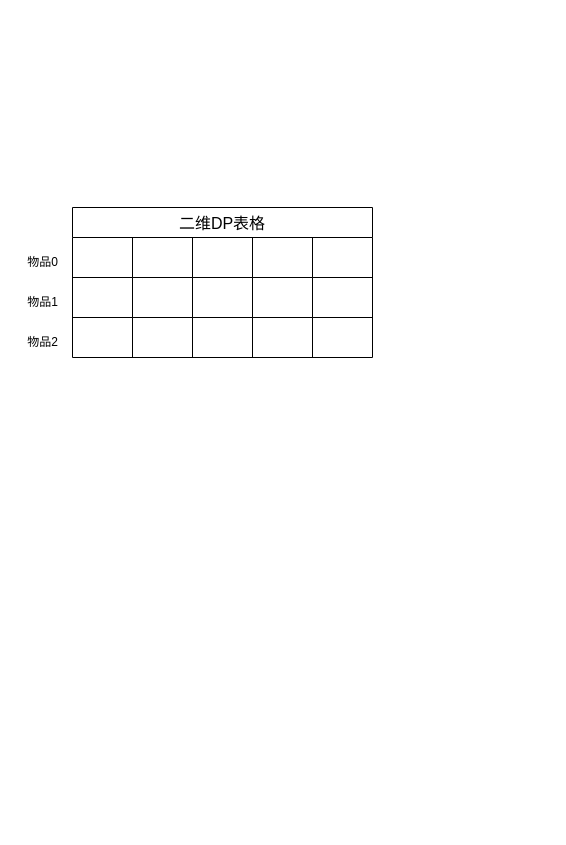
Above: 01背包.drawio in poetlife/diagrams (draw.io), before the change. Source tidied: cells renumbered, new cells numbered last; positions are measured from the earlier drawing's top-left corner, leaving out a move shared by most shapes. Both pictures are drawn from the tidied source at 100%, with x=0, y=0 at pixel (17, 207). Pictures stored in the file or linked from it are replaced by grey dashed boxes.
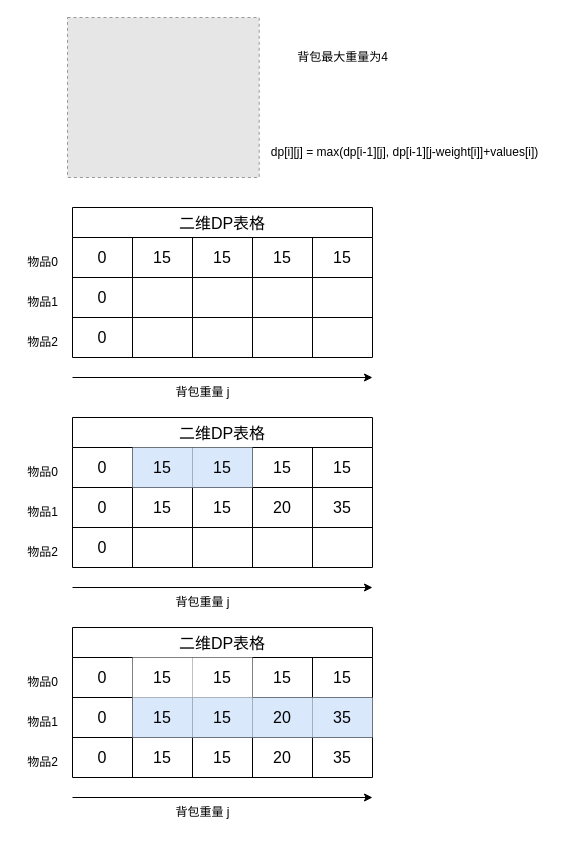
After the change.

The change refers to these unchanged cells:
```xml
<mxCell id="3" style="shape=tableRow;horizontal=0;startSize=0;swimlaneHead=0;swimlaneBody=0;strokeColor=inherit;top=0;left=0;bottom=0;right=0;fillColor=none;fontSize=16;" parent="2" vertex="1">
  <mxGeometry y="30" width="300" height="40" as="geometry" />
</mxCell>
<mxCell id="9" style="shape=tableRow;horizontal=0;startSize=0;swimlaneHead=0;swimlaneBody=0;strokeColor=inherit;top=0;left=0;bottom=0;right=0;fillColor=none;fontSize=16;" parent="2" vertex="1">
  <mxGeometry y="70" width="300" height="40" as="geometry" />
</mxCell>
<mxCell id="15" style="shape=tableRow;horizontal=0;startSize=0;swimlaneHead=0;swimlaneBody=0;strokeColor=inherit;top=0;left=0;bottom=0;right=0;fillColor=none;fontSize=16;" parent="2" vertex="1">
  <mxGeometry y="110" width="300" height="40" as="geometry" />
</mxCell>
```

Change to the diagram source:
```diff
@@
-    <mxCell id="4" style="shape=partialRectangle;html=1;whiteSpace=wrap;strokeColor=inherit;overflow=hidden;fillColor=none;top=0;left=0;bottom=0;right=0;fontSize=16;" parent="3" vertex="1">
+    <mxCell id="4" value="0" style="shape=partialRectangle;html=1;whiteSpace=wrap;strokeColor=inherit;overflow=hidden;fillColor=none;top=0;left=0;bottom=0;right=0;fontSize=16;" parent="3" vertex="1">
       <mxGeometry width="60" height="40" as="geometry" />
     </mxCell>
-    <mxCell id="5" style="shape=partialRectangle;html=1;whiteSpace=wrap;strokeColor=inherit;overflow=hidden;fillColor=none;top=0;left=0;bottom=0;right=0;fontSize=16;" parent="3" vertex="1">
+    <mxCell id="5" value="15" style="shape=partialRectangle;html=1;whiteSpace=wrap;strokeColor=inherit;overflow=hidden;fillColor=none;top=0;left=0;bottom=0;right=0;fontSize=16;" parent="3" vertex="1">
       <mxGeometry x="60" width="60" height="40" as="geometry" />
     </mxCell>
-    <mxCell id="6" style="shape=partialRectangle;html=1;whiteSpace=wrap;strokeColor=inherit;overflow=hidden;fillColor=none;top=0;left=0;bottom=0;right=0;fontSize=16;" parent="3" vertex="1">
+    <mxCell id="6" value="15" style="shape=partialRectangle;html=1;whiteSpace=wrap;strokeColor=inherit;overflow=hidden;fillColor=none;top=0;left=0;bottom=0;right=0;fontSize=16;" parent="3" vertex="1">
       <mxGeometry x="120" width="60" height="40" as="geometry" />
     </mxCell>
-    <mxCell id="7" style="shape=partialRectangle;html=1;whiteSpace=wrap;strokeColor=inherit;overflow=hidden;fillColor=none;top=0;left=0;bottom=0;right=0;fontSize=16;" parent="3" vertex="1">
+    <mxCell id="7" value="15" style="shape=partialRectangle;html=1;whiteSpace=wrap;strokeColor=inherit;overflow=hidden;fillColor=none;top=0;left=0;bottom=0;right=0;fontSize=16;" parent="3" vertex="1">
       <mxGeometry x="180" width="60" height="40" as="geometry" />
     </mxCell>
-    <mxCell id="8" style="shape=partialRectangle;html=1;whiteSpace=wrap;strokeColor=inherit;overflow=hidden;fillColor=none;top=0;left=0;bottom=0;right=0;fontSize=16;" parent="3" vertex="1">
+    <mxCell id="8" value="15" style="shape=partialRectangle;html=1;whiteSpace=wrap;strokeColor=inherit;overflow=hidden;fillColor=none;top=0;left=0;bottom=0;right=0;fontSize=16;" parent="3" vertex="1">
       <mxGeometry x="240" width="60" height="40" as="geometry" />
     </mxCell>
@@
-    <mxCell id="10" style="shape=partialRectangle;html=1;whiteSpace=wrap;strokeColor=inherit;overflow=hidden;fillColor=none;top=0;left=0;bottom=0;right=0;fontSize=16;" parent="9" vertex="1">
+    <mxCell id="10" value="0" style="shape=partialRectangle;html=1;whiteSpace=wrap;strokeColor=inherit;overflow=hidden;fillColor=none;top=0;left=0;bottom=0;right=0;fontSize=16;" parent="9" vertex="1">
       <mxGeometry width="60" height="40" as="geometry" />
     </mxCell>
@@
-    <mxCell id="16" style="shape=partialRectangle;html=1;whiteSpace=wrap;strokeColor=inherit;overflow=hidden;fillColor=none;top=0;left=0;bottom=0;right=0;fontSize=16;" parent="15" vertex="1">
+    <mxCell id="16" value="0" style="shape=partialRectangle;html=1;whiteSpace=wrap;strokeColor=inherit;overflow=hidden;fillColor=none;top=0;left=0;bottom=0;right=0;fontSize=16;" parent="15" vertex="1">
       <mxGeometry width="60" height="40" as="geometry" />
     </mxCell>
@@
+    <mxCell id="24" style="endArrow=classic;html=1;rounded=0;" parent="1" edge="1">
+      <mxGeometry relative="1" as="geometry">
+        <mxPoint x="55" y="170" as="sourcePoint" />
+        <mxPoint x="355" y="170" as="targetPoint" />
+      </mxGeometry>
+    </mxCell>
+    <mxCell id="25" value="背包重量 j" style="text;html=1;align=center;verticalAlign=middle;strokeColor=none;fillColor=none;" parent="1" vertex="1">
+      <mxGeometry x="145" y="170" width="80" height="30" as="geometry" />
+    </mxCell>
+    <mxCell id="26" style="fillColor=#E6E6E6;strokeColor=#999999;dashed=1;verticalLabelPosition=bottom;labelBackgroundColor=default;verticalAlign=top;" parent="1" vertex="1">
+      <mxGeometry x="50" y="-190" width="191.7" height="160" as="geometry" />
+    </mxCell>
+    <mxCell id="27" value="二维DP表格" style="shape=table;startSize=30;childLayout=tableLayout;strokeColor=default;fontSize=16;" parent="1" vertex="1">
+      <mxGeometry x="55" y="210" width="300" height="150" as="geometry" />
+    </mxCell>
+    <mxCell id="28" style="shape=tableRow;horizontal=0;startSize=0;swimlaneHead=0;swimlaneBody=0;strokeColor=inherit;top=0;left=0;bottom=0;right=0;fillColor=none;fontSize=16;" parent="27" vertex="1">
+      <mxGeometry y="30" width="300" height="40" as="geometry" />
+    </mxCell>
+    <mxCell id="29" value="0" style="shape=partialRectangle;html=1;whiteSpace=wrap;strokeColor=inherit;overflow=hidden;fillColor=none;top=0;left=0;bottom=0;right=0;fontSize=16;" parent="28" vertex="1">
+      <mxGeometry width="60" height="40" as="geometry" />
+    </mxCell>
+    <mxCell id="30" value="15" style="shape=partialRectangle;html=1;whiteSpace=wrap;strokeColor=#6c8ebf;overflow=hidden;fillColor=#dae8fc;top=0;left=0;bottom=0;right=0;fontSize=16;" parent="28" vertex="1">
+      <mxGeometry x="60" width="60" height="40" as="geometry" />
+    </mxCell>
+    <mxCell id="31" value="15" style="shape=partialRectangle;html=1;whiteSpace=wrap;strokeColor=#6c8ebf;overflow=hidden;fillColor=#dae8fc;top=0;left=0;bottom=0;right=0;fontSize=16;" parent="28" vertex="1">
+      <mxGeometry x="120" width="60" height="40" as="geometry" />
+    </mxCell>
+    <mxCell id="32" value="15" style="shape=partialRectangle;html=1;whiteSpace=wrap;strokeColor=inherit;overflow=hidden;fillColor=none;top=0;left=0;bottom=0;right=0;fontSize=16;" parent="28" vertex="1">
+      <mxGeometry x="180" width="60" height="40" as="geometry" />
+    </mxCell>
+    <mxCell id="33" value="15" style="shape=partialRectangle;html=1;whiteSpace=wrap;strokeColor=inherit;overflow=hidden;fillColor=none;top=0;left=0;bottom=0;right=0;fontSize=16;" parent="28" vertex="1">
+      <mxGeometry x="240" width="60" height="40" as="geometry" />
+    </mxCell>
+    <mxCell id="34" style="shape=tableRow;horizontal=0;startSize=0;swimlaneHead=0;swimlaneBody=0;strokeColor=inherit;top=0;left=0;bottom=0;right=0;fillColor=none;fontSize=16;" parent="27" vertex="1">
+      <mxGeometry y="70" width="300" height="40" as="geometry" />
+    </mxCell>
+    <mxCell id="35" value="0" style="shape=partialRectangle;html=1;whiteSpace=wrap;strokeColor=inherit;overflow=hidden;fillColor=none;top=0;left=0;bottom=0;right=0;fontSize=16;" parent="34" vertex="1">
+      <mxGeometry width="60" height="40" as="geometry" />
+    </mxCell>
+    <mxCell id="36" value="15" style="shape=partialRectangle;html=1;whiteSpace=wrap;strokeColor=inherit;overflow=hidden;fillColor=none;top=0;left=0;bottom=0;right=0;fontSize=16;" parent="34" vertex="1">
+      <mxGeometry x="60" width="60" height="40" as="geometry" />
+    </mxCell>
+    <mxCell id="37" value="15" style="shape=partialRectangle;html=1;whiteSpace=wrap;strokeColor=inherit;overflow=hidden;fillColor=none;top=0;left=0;bottom=0;right=0;fontSize=16;" parent="34" vertex="1">
+      <mxGeometry x="120" width="60" height="40" as="geometry" />
+    </mxCell>
+    <mxCell id="38" value="20" style="shape=partialRectangle;html=1;whiteSpace=wrap;strokeColor=inherit;overflow=hidden;fillColor=none;top=0;left=0;bottom=0;right=0;fontSize=16;" parent="34" vertex="1">
+      <mxGeometry x="180" width="60" height="40" as="geometry" />
+    </mxCell>
+    <mxCell id="39" value="35" style="shape=partialRectangle;html=1;whiteSpace=wrap;strokeColor=inherit;overflow=hidden;fillColor=none;top=0;left=0;bottom=0;right=0;fontSize=16;" parent="34" vertex="1">
+      <mxGeometry x="240" width="60" height="40" as="geometry" />
+    </mxCell>
+    <mxCell id="40" style="shape=tableRow;horizontal=0;startSize=0;swimlaneHead=0;swimlaneBody=0;strokeColor=inherit;top=0;left=0;bottom=0;right=0;fillColor=none;fontSize=16;" parent="27" vertex="1">
+      <mxGeometry y="110" width="300" height="40" as="geometry" />
+    </mxCell>
+    <mxCell id="41" value="0" style="shape=partialRectangle;html=1;whiteSpace=wrap;strokeColor=inherit;overflow=hidden;fillColor=none;top=0;left=0;bottom=0;right=0;fontSize=16;" parent="40" vertex="1">
+      <mxGeometry width="60" height="40" as="geometry" />
+    </mxCell>
+    <mxCell id="42" style="shape=partialRectangle;html=1;whiteSpace=wrap;strokeColor=inherit;overflow=hidden;fillColor=none;top=0;left=0;bottom=0;right=0;fontSize=16;" parent="40" vertex="1">
+      <mxGeometry x="60" width="60" height="40" as="geometry" />
+    </mxCell>
+    <mxCell id="43" style="shape=partialRectangle;html=1;whiteSpace=wrap;strokeColor=inherit;overflow=hidden;fillColor=none;top=0;left=0;bottom=0;right=0;fontSize=16;" parent="40" vertex="1">
+      <mxGeometry x="120" width="60" height="40" as="geometry" />
+    </mxCell>
+    <mxCell id="44" style="shape=partialRectangle;html=1;whiteSpace=wrap;strokeColor=inherit;overflow=hidden;fillColor=none;top=0;left=0;bottom=0;right=0;fontSize=16;" parent="40" vertex="1">
+      <mxGeometry x="180" width="60" height="40" as="geometry" />
+    </mxCell>
+    <mxCell id="45" style="shape=partialRectangle;html=1;whiteSpace=wrap;strokeColor=inherit;overflow=hidden;fillColor=none;top=0;left=0;bottom=0;right=0;fontSize=16;" parent="40" vertex="1">
+      <mxGeometry x="240" width="60" height="40" as="geometry" />
+    </mxCell>
+    <mxCell id="46" value="物品0" style="text;html=1;align=center;verticalAlign=middle;strokeColor=none;fillColor=none;" parent="1" vertex="1">
+      <mxGeometry y="250" width="50" height="30" as="geometry" />
+    </mxCell>
+    <mxCell id="47" value="物品1" style="text;html=1;align=center;verticalAlign=middle;strokeColor=none;fillColor=none;" parent="1" vertex="1">
+      <mxGeometry y="290" width="50" height="30" as="geometry" />
+    </mxCell>
+    <mxCell id="48" value="物品2" style="text;html=1;align=center;verticalAlign=middle;strokeColor=none;fillColor=none;" parent="1" vertex="1">
+      <mxGeometry y="330" width="50" height="30" as="geometry" />
+    </mxCell>
+    <mxCell id="49" style="endArrow=classic;html=1;rounded=0;" parent="1" edge="1">
+      <mxGeometry relative="1" as="geometry">
+        <mxPoint x="55" y="380" as="sourcePoint" />
+        <mxPoint x="355" y="380" as="targetPoint" />
+      </mxGeometry>
+    </mxCell>
+    <mxCell id="50" value="背包重量 j" style="text;html=1;align=center;verticalAlign=middle;strokeColor=none;fillColor=none;" parent="1" vertex="1">
+      <mxGeometry x="145" y="380" width="80" height="30" as="geometry" />
+    </mxCell>
+    <mxCell id="51" value="背包最大重量为4" style="text;html=1;align=center;verticalAlign=middle;strokeColor=none;fillColor=none;" parent="1" vertex="1">
+      <mxGeometry x="270" y="-165" width="110" height="30" as="geometry" />
+    </mxCell>
+    <mxCell id="52" value="dp[i][j] = max(dp[i-1][j], dp[i-1][j-weight[i]]+values[i])" style="text;html=1;align=center;verticalAlign=middle;strokeColor=none;fillColor=none;" parent="1" vertex="1">
+      <mxGeometry x="241.7" y="-70" width="290" height="30" as="geometry" />
+    </mxCell>
+    <mxCell id="53" value="二维DP表格" style="shape=table;startSize=30;childLayout=tableLayout;strokeColor=default;fontSize=16;" parent="1" vertex="1">
+      <mxGeometry x="55" y="420" width="300" height="150" as="geometry" />
+    </mxCell>
+    <mxCell id="54" style="shape=tableRow;horizontal=0;startSize=0;swimlaneHead=0;swimlaneBody=0;strokeColor=inherit;top=0;left=0;bottom=0;right=0;fillColor=none;fontSize=16;" parent="53" vertex="1">
+      <mxGeometry y="30" width="300" height="40" as="geometry" />
+    </mxCell>
+    <mxCell id="55" value="0" style="shape=partialRectangle;html=1;whiteSpace=wrap;strokeColor=inherit;overflow=hidden;fillColor=none;top=0;left=0;bottom=0;right=0;fontSize=16;" parent="54" vertex="1">
+      <mxGeometry width="60" height="40" as="geometry" />
+    </mxCell>
+    <mxCell id="56" value="15" style="shape=partialRectangle;html=1;whiteSpace=wrap;overflow=hidden;top=0;left=0;bottom=0;right=0;fontSize=16;" parent="54" vertex="1">
+      <mxGeometry x="60" width="60" height="40" as="geometry" />
+    </mxCell>
+    <mxCell id="57" value="15" style="shape=partialRectangle;html=1;whiteSpace=wrap;overflow=hidden;top=0;left=0;bottom=0;right=0;fontSize=16;" parent="54" vertex="1">
+      <mxGeometry x="120" width="60" height="40" as="geometry" />
+    </mxCell>
+    <mxCell id="58" value="15" style="shape=partialRectangle;html=1;whiteSpace=wrap;strokeColor=inherit;overflow=hidden;fillColor=none;top=0;left=0;bottom=0;right=0;fontSize=16;" parent="54" vertex="1">
+      <mxGeometry x="180" width="60" height="40" as="geometry" />
+    </mxCell>
+    <mxCell id="59" value="15" style="shape=partialRectangle;html=1;whiteSpace=wrap;strokeColor=inherit;overflow=hidden;fillColor=none;top=0;left=0;bottom=0;right=0;fontSize=16;" parent="54" vertex="1">
+      <mxGeometry x="240" width="60" height="40" as="geometry" />
+    </mxCell>
+    <mxCell id="60" style="shape=tableRow;horizontal=0;startSize=0;swimlaneHead=0;swimlaneBody=0;strokeColor=inherit;top=0;left=0;bottom=0;right=0;fillColor=none;fontSize=16;" parent="53" vertex="1">
+      <mxGeometry y="70" width="300" height="40" as="geometry" />
+    </mxCell>
+    <mxCell id="61" value="0" style="shape=partialRectangle;html=1;whiteSpace=wrap;strokeColor=inherit;overflow=hidden;fillColor=none;top=0;left=0;bottom=0;right=0;fontSize=16;" parent="60" vertex="1">
+      <mxGeometry width="60" height="40" as="geometry" />
+    </mxCell>
+    <mxCell id="62" value="15" style="shape=partialRectangle;html=1;whiteSpace=wrap;strokeColor=#6c8ebf;overflow=hidden;fillColor=#dae8fc;top=0;left=0;bottom=0;right=0;fontSize=16;" parent="60" vertex="1">
+      <mxGeometry x="60" width="60" height="40" as="geometry" />
+    </mxCell>
+    <mxCell id="63" value="15" style="shape=partialRectangle;html=1;whiteSpace=wrap;strokeColor=#6c8ebf;overflow=hidden;fillColor=#dae8fc;top=0;left=0;bottom=0;right=0;fontSize=16;" parent="60" vertex="1">
+      <mxGeometry x="120" width="60" height="40" as="geometry" />
+    </mxCell>
+    <mxCell id="64" value="20" style="shape=partialRectangle;html=1;whiteSpace=wrap;strokeColor=#6c8ebf;overflow=hidden;fillColor=#dae8fc;top=0;left=0;bottom=0;right=0;fontSize=16;" parent="60" vertex="1">
+      <mxGeometry x="180" width="60" height="40" as="geometry" />
+    </mxCell>
+    <mxCell id="65" value="35" style="shape=partialRectangle;html=1;whiteSpace=wrap;strokeColor=#6c8ebf;overflow=hidden;fillColor=#dae8fc;top=0;left=0;bottom=0;right=0;fontSize=16;" parent="60" vertex="1">
+      <mxGeometry x="240" width="60" height="40" as="geometry" />
+    </mxCell>
+    <mxCell id="66" style="shape=tableRow;horizontal=0;startSize=0;swimlaneHead=0;swimlaneBody=0;strokeColor=inherit;top=0;left=0;bottom=0;right=0;fillColor=none;fontSize=16;" parent="53" vertex="1">
+      <mxGeometry y="110" width="300" height="40" as="geometry" />
+    </mxCell>
+    <mxCell id="67" value="0" style="shape=partialRectangle;html=1;whiteSpace=wrap;strokeColor=inherit;overflow=hidden;fillColor=none;top=0;left=0;bottom=0;right=0;fontSize=16;" parent="66" vertex="1">
+      <mxGeometry width="60" height="40" as="geometry" />
+    </mxCell>
+    <mxCell id="68" value="15" style="shape=partialRectangle;html=1;whiteSpace=wrap;strokeColor=inherit;overflow=hidden;fillColor=none;top=0;left=0;bottom=0;right=0;fontSize=16;" parent="66" vertex="1">
+      <mxGeometry x="60" width="60" height="40" as="geometry" />
+    </mxCell>
+    <mxCell id="69" value="15" style="shape=partialRectangle;html=1;whiteSpace=wrap;strokeColor=inherit;overflow=hidden;fillColor=none;top=0;left=0;bottom=0;right=0;fontSize=16;" parent="66" vertex="1">
+      <mxGeometry x="120" width="60" height="40" as="geometry" />
+    </mxCell>
+    <mxCell id="70" value="20" style="shape=partialRectangle;html=1;whiteSpace=wrap;strokeColor=inherit;overflow=hidden;fillColor=none;top=0;left=0;bottom=0;right=0;fontSize=16;" parent="66" vertex="1">
+      <mxGeometry x="180" width="60" height="40" as="geometry" />
+    </mxCell>
+    <mxCell id="71" value="35" style="shape=partialRectangle;html=1;whiteSpace=wrap;strokeColor=inherit;overflow=hidden;fillColor=none;top=0;left=0;bottom=0;right=0;fontSize=16;" parent="66" vertex="1">
+      <mxGeometry x="240" width="60" height="40" as="geometry" />
+    </mxCell>
+    <mxCell id="72" value="物品0" style="text;html=1;align=center;verticalAlign=middle;strokeColor=none;fillColor=none;" parent="1" vertex="1">
+      <mxGeometry y="460" width="50" height="30" as="geometry" />
+    </mxCell>
+    <mxCell id="73" value="物品1" style="text;html=1;align=center;verticalAlign=middle;strokeColor=none;fillColor=none;" parent="1" vertex="1">
+      <mxGeometry y="500" width="50" height="30" as="geometry" />
+    </mxCell>
+    <mxCell id="74" value="物品2" style="text;html=1;align=center;verticalAlign=middle;strokeColor=none;fillColor=none;" parent="1" vertex="1">
+      <mxGeometry y="540" width="50" height="30" as="geometry" />
+    </mxCell>
+    <mxCell id="75" style="endArrow=classic;html=1;rounded=0;" parent="1" edge="1">
+      <mxGeometry relative="1" as="geometry">
+        <mxPoint x="55" y="590" as="sourcePoint" />
+        <mxPoint x="355" y="590" as="targetPoint" />
+      </mxGeometry>
+    </mxCell>
+    <mxCell id="76" value="背包重量 j" style="text;html=1;align=center;verticalAlign=middle;strokeColor=none;fillColor=none;" parent="1" vertex="1">
+      <mxGeometry x="145" y="590" width="80" height="30" as="geometry" />
+    </mxCell>
```
